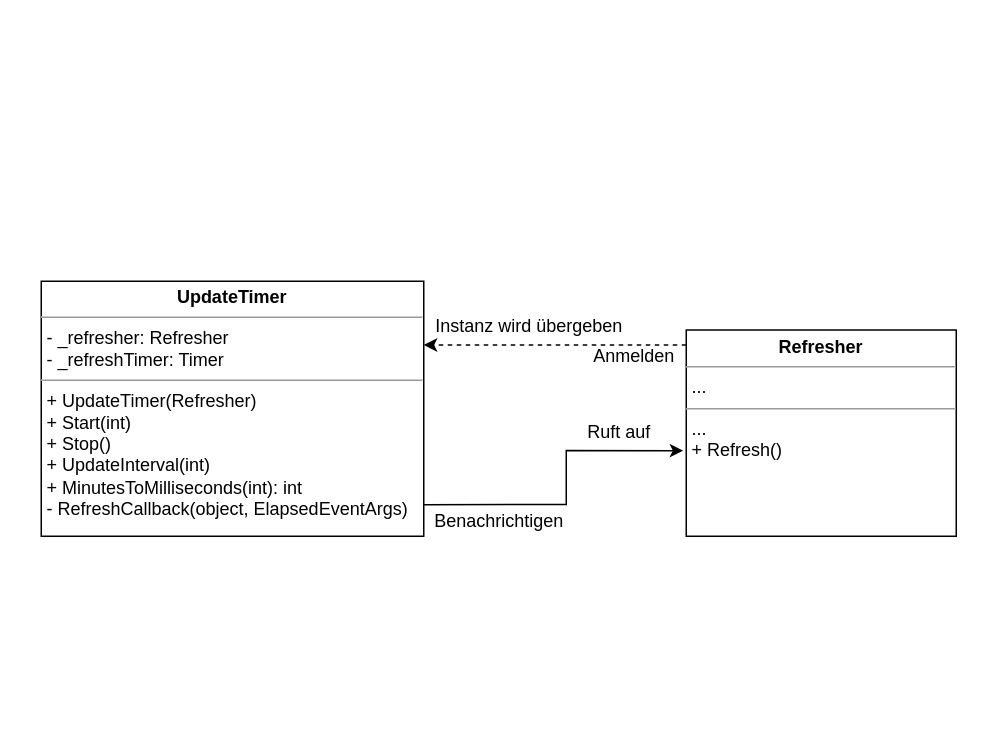
The draw.io diagram Bilder/drawio/Beobachter_UML.drawio in gierle/WeatherWallpaperDocumentation, before the edit. Source tidied: cells renumbered, new cells numbered last; positions are measured from the earlier drawing's top-left corner, leaving out a move shared by most shapes. Both pictures are drawn from the tidied source at 150%, with x=0, y=0 at pixel (40, 280).
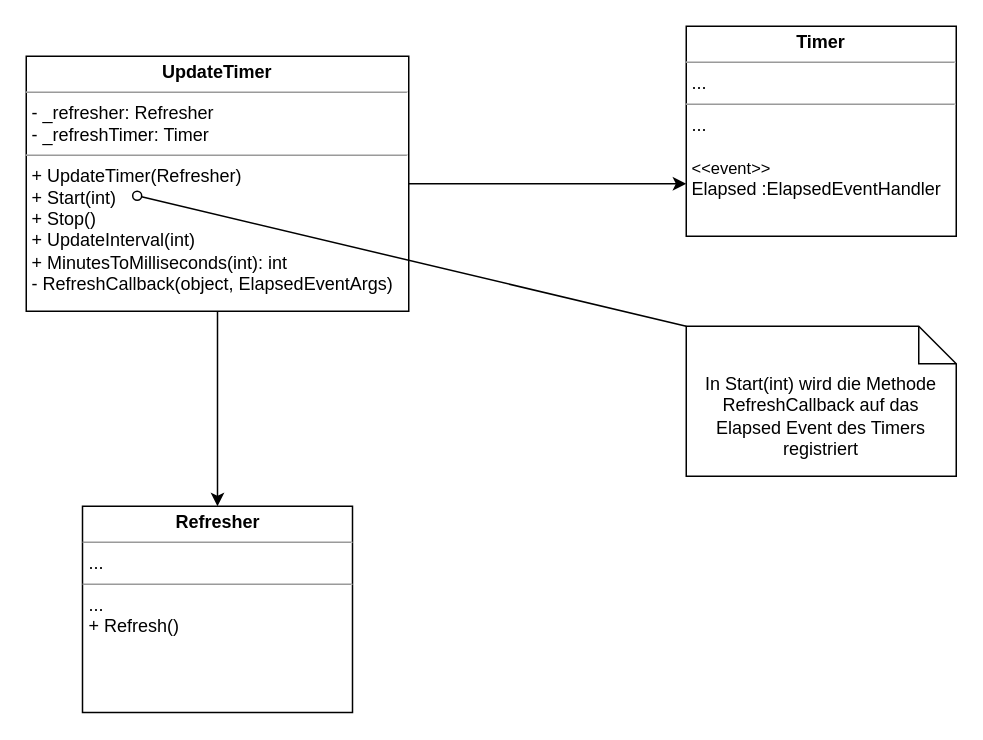
The same page after the edit.

Diff of the diagram source:
```diff
@@
 <mxGraphModel>
   <root>
     <mxCell id="0" />
     <mxCell id="1" parent="0" />
-    <mxCell id="2" style="edgeStyle=orthogonalEdgeStyle;rounded=0;jettySize=auto;html=1;entryX=1;entryY=0.25;entryDx=0;entryDy=0;shadow=0;dashed=1;" parent="1" edge="1" source="3" target="5">
-      <mxGeometry relative="1" as="geometry">
-        <Array as="points">
-          <mxPoint x="343" y="43" />
-        </Array>
-      </mxGeometry>
-    </mxCell>
     <mxCell id="3" value="&lt;p style=&quot;margin: 0px ; margin-top: 4px ; text-align: center&quot;&gt;&lt;b&gt;Refresher&lt;/b&gt;&lt;/p&gt;&lt;hr size=&quot;1&quot;&gt;&lt;p style=&quot;margin: 0px ; margin-left: 4px&quot;&gt;...&lt;/p&gt;&lt;hr size=&quot;1&quot;&gt;&lt;p style=&quot;margin: 0px ; margin-left: 4px&quot;&gt;...&lt;/p&gt;&lt;p style=&quot;margin: 0px ; margin-left: 4px&quot;&gt;+ Refresh()&lt;br&gt;&lt;/p&gt;" style="verticalAlign=top;align=left;overflow=fill;fontSize=12;fontFamily=Helvetica;html=1;labelBackgroundColor=none;" parent="1" vertex="1">
-      <mxGeometry x="430" y="32.5" width="180" height="137.5" as="geometry" />
+      <mxGeometry x="27.5" y="150" width="180" height="137.5" as="geometry" />
     </mxCell>
+    <mxCell id="10" style="edgeStyle=orthogonalEdgeStyle;rounded=0;jettySize=auto;html=1;entryX=0;entryY=0.75;entryDx=0;entryDy=0;" parent="1" edge="1" source="5" target="11">
+      <mxGeometry relative="1" as="geometry" />
+    </mxCell>
-    <mxCell id="4" style="edgeStyle=orthogonalEdgeStyle;rounded=0;jettySize=auto;html=1;exitX=0.996;exitY=0.876;exitDx=0;exitDy=0;entryX=-0.011;entryY=0.585;entryDx=0;entryDy=0;shadow=0;exitPerimeter=0;entryPerimeter=0;" parent="1" edge="1" source="5" target="3">
+    <mxCell id="4" style="edgeStyle=orthogonalEdgeStyle;rounded=0;jettySize=auto;html=1;" parent="1" edge="1" source="5" target="3">
       <mxGeometry relative="1" as="geometry">
         <Array as="points">
-          <mxPoint x="350" y="149" />
-          <mxPoint x="350" y="113" />
+          <mxPoint x="118" y="110" />
         </Array>
       </mxGeometry>
     </mxCell>
     <mxCell id="5" value="&lt;p style=&quot;margin: 0px ; margin-top: 4px ; text-align: center&quot;&gt;&lt;b&gt;UpdateTimer&lt;/b&gt;&lt;/p&gt;&lt;hr size=&quot;1&quot;&gt;&lt;p style=&quot;margin: 0px ; margin-left: 4px&quot;&gt;- _refresher: Refresher&lt;/p&gt;&lt;p style=&quot;margin: 0px ; margin-left: 4px&quot;&gt;- _refreshTimer: Timer&lt;/p&gt;&lt;hr size=&quot;1&quot;&gt;&lt;p style=&quot;margin: 0px ; margin-left: 4px&quot;&gt;+ UpdateTimer(Refresher)&lt;/p&gt;&lt;p style=&quot;margin: 0px ; margin-left: 4px&quot;&gt;+ Start(int)&lt;/p&gt;&lt;p style=&quot;margin: 0px ; margin-left: 4px&quot;&gt;+ Stop()&lt;/p&gt;&lt;p style=&quot;margin: 0px ; margin-left: 4px&quot;&gt;+ UpdateInterval(int)&lt;/p&gt;&lt;p style=&quot;margin: 0px ; margin-left: 4px&quot;&gt;+ MinutesToMilliseconds(int): int&lt;/p&gt;&lt;p style=&quot;margin: 0px ; margin-left: 4px&quot;&gt;- RefreshCallback(object, ElapsedEventArgs)&lt;/p&gt;" style="verticalAlign=top;align=left;overflow=fill;fontSize=12;fontFamily=Helvetica;html=1;labelBackgroundColor=none;" parent="1" vertex="1">
-      <mxGeometry width="255" height="170" as="geometry" />
+      <mxGeometry x="-10" y="-150" width="255" height="170" as="geometry" />
     </mxCell>
-    <mxCell id="6" value="Instanz wird übergeben" style="text;html=1;align=center;verticalAlign=middle;" parent="1" vertex="1">
-      <mxGeometry x="255" y="20" width="140" height="20" as="geometry" />
-    </mxCell>
-    <mxCell id="7" value="Benachrichtigen" style="text;html=1;align=center;verticalAlign=middle;" parent="1" vertex="1">
-      <mxGeometry x="255" y="150" width="100" height="20" as="geometry" />
-    </mxCell>
-    <mxCell id="8" value="Anmelden" style="text;html=1;align=center;verticalAlign=middle;" parent="1" vertex="1">
-      <mxGeometry x="360" y="40" width="70" height="20" as="geometry" />
-    </mxCell>
-    <mxCell id="9" value="Ruft auf" style="text;html=1;align=center;verticalAlign=middle;" parent="1" vertex="1">
-      <mxGeometry x="355" y="91.2" width="60" height="20" as="geometry" />
-    </mxCell>
+    <mxCell id="11" value="&lt;p style=&quot;margin: 0px ; margin-top: 4px ; text-align: center&quot;&gt;&lt;b&gt;Timer&lt;/b&gt;&lt;/p&gt;&lt;hr size=&quot;1&quot;&gt;&lt;p style=&quot;margin: 0px ; margin-left: 4px&quot;&gt;...&lt;/p&gt;&lt;hr size=&quot;1&quot;&gt;&lt;p style=&quot;margin: 0px ; margin-left: 4px&quot;&gt;...&lt;/p&gt;&lt;p style=&quot;margin: 0px ; margin-left: 4px&quot;&gt;&lt;br&gt;&lt;/p&gt;&lt;p style=&quot;margin: 0px ; margin-left: 4px&quot;&gt;&lt;font style=&quot;font-size: 11px&quot;&gt;&amp;lt;&amp;lt;event&amp;gt;&amp;gt;&lt;/font&gt;&lt;/p&gt;&lt;p style=&quot;margin: 0px ; margin-left: 4px&quot;&gt;Elapsed :ElapsedEventHandler&lt;/p&gt;" style="verticalAlign=top;align=left;overflow=fill;fontSize=12;fontFamily=Helvetica;html=1;labelBackgroundColor=none;" parent="1" vertex="1">
+      <mxGeometry x="430" y="-170" width="180" height="140" as="geometry" />
+    </mxCell>
+    <mxCell id="12" value="In Start(int) wird die Methode RefreshCallback auf das Elapsed Event des Timers registriert" style="shape=note2;boundedLbl=1;size=25;verticalAlign=top;align=center;html=1;whiteSpace=wrap;spacingTop=0;spacingLeft=4;spacingRight=4;" parent="1" vertex="1">
+      <mxGeometry x="430" y="30" width="180" height="100" as="geometry" />
+    </mxCell>
+    <mxCell id="13" style="endArrow=oval;html=1;entryX=0.29;entryY=0.547;entryDx=0;entryDy=0;entryPerimeter=0;startArrow=none;startFill=0;endFill=0;exitX=0;exitY=0;exitDx=0;exitDy=0;exitPerimeter=0;" parent="1" edge="1" source="12" target="5">
+      <mxGeometry relative="1" as="geometry" />
+    </mxCell>
   </root>
 </mxGraphModel>
```
